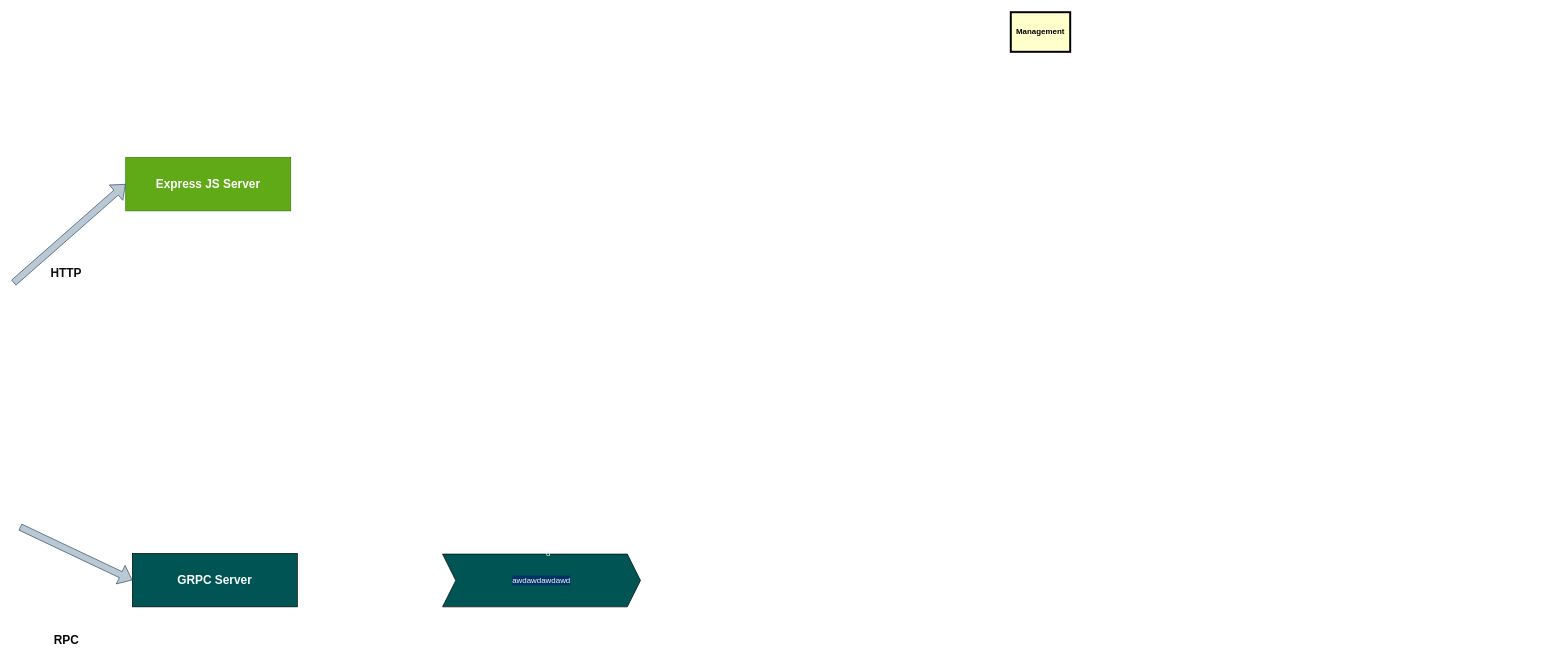
Above: Untitled Diagram.drawio in TigranAdoyan/data-provider (draw.io), before the change. Source tidied: cells renumbered, new cells numbered last; positions are measured from the earlier drawing's top-left corner, leaving out a move shared by most shapes. Both pictures are drawn from the tidied source at 66%, with x=0, y=0 at pixel (13, 12).
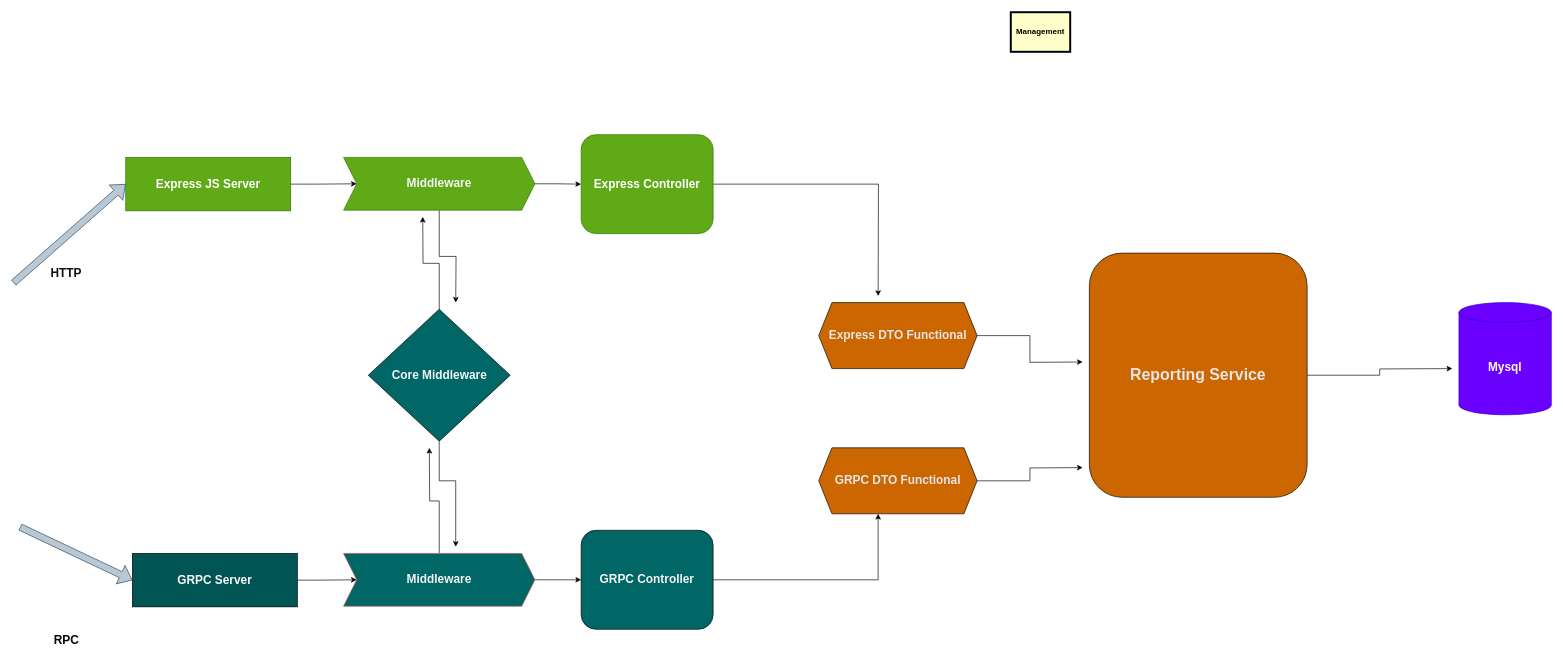
The same page after the edit.

Unchanged cells that the change refers to:
```xml
<mxCell id="3" value="&lt;h2 style=&quot;line-height: 0.8;&quot;&gt;Express JS Server&lt;/h2&gt;" style="rounded=0;whiteSpace=wrap;html=1;fillColor=#60a917;fontColor=#ffffff;strokeColor=#2D7600;" parent="1" vertex="1">
  <mxGeometry x="170" y="220" width="250" height="81" as="geometry" />
</mxCell>
<mxCell id="4" value="&lt;h2&gt;&lt;font color=&quot;#FAFAFA&quot;&gt;GRPC Server&lt;br&gt;&lt;/font&gt;&lt;/h2&gt;" style="rounded=0;whiteSpace=wrap;html=1;fillColor=#005454;" parent="1" vertex="1">
  <mxGeometry x="180" y="820" width="250" height="81" as="geometry" />
</mxCell>
```

Diff of the diagram source:
```diff
@@
+    <mxCell id="11" style="edgeStyle=orthogonalEdgeStyle;rounded=0;jettySize=auto;html=1;fontColor=#F5F5F5;" parent="1" edge="1" source="3" target="18">
+      <mxGeometry relative="1" as="geometry" />
+    </mxCell>
@@
+    <mxCell id="12" style="edgeStyle=orthogonalEdgeStyle;rounded=0;jettySize=auto;html=1;fontColor=#F5F5F5;" parent="1" edge="1" source="4" target="15">
+      <mxGeometry relative="1" as="geometry" />
+    </mxCell>
@@
-    <mxCell id="9" value="awdawdawdawd" style="shape=step;perimeter=stepPerimeter;whiteSpace=wrap;html=1;fixedSize=1;labelBackgroundColor=#003366;fontColor=#F7F7F7;fillColor=#005454;" parent="1" vertex="1">
-      <mxGeometry x="650" y="821" width="300" height="80" as="geometry" />
-    </mxCell>
-    <mxCell id="10" value="d" style="text;html=1;align=center;verticalAlign=middle;fillColor=none;strokeColor=none;rounded=0;labelBackgroundColor=none;fontColor=#F7F7F7;" parent="1" vertex="1">
-      <mxGeometry x="795" y="805" width="30" height="30" as="geometry" />
-    </mxCell>
+    <mxCell id="13" style="edgeStyle=orthogonalEdgeStyle;rounded=0;jettySize=auto;html=1;fontColor=#F5F5F5;" parent="1" edge="1" source="15">
+      <mxGeometry relative="1" as="geometry">
+        <mxPoint x="630" y="660" as="targetPoint" />
+      </mxGeometry>
+    </mxCell>
+    <mxCell id="14" style="edgeStyle=orthogonalEdgeStyle;rounded=0;jettySize=auto;html=1;entryX=0;entryY=0.5;entryDx=0;entryDy=0;fontColor=#171717;" parent="1" edge="1" source="15" target="23">
+      <mxGeometry relative="1" as="geometry" />
+    </mxCell>
+    <mxCell id="15" value="&lt;h2&gt;&lt;font color=&quot;#F5F5F5&quot;&gt;Middleware&lt;/font&gt;&lt;/h2&gt;" style="shape=step;perimeter=stepPerimeter;whiteSpace=wrap;html=1;fixedSize=1;labelBackgroundColor=none;fillColor=#006666;strokeColor=#b85450;" parent="1" vertex="1">
+      <mxGeometry x="500" y="820" width="290" height="80" as="geometry" />
+    </mxCell>
+    <mxCell id="16" style="edgeStyle=orthogonalEdgeStyle;rounded=0;jettySize=auto;html=1;fontColor=#F5F5F5;" parent="1" edge="1" source="18">
+      <mxGeometry relative="1" as="geometry">
+        <mxPoint x="670" y="440" as="targetPoint" />
+      </mxGeometry>
+    </mxCell>
+    <mxCell id="17" style="edgeStyle=orthogonalEdgeStyle;rounded=0;jettySize=auto;html=1;entryX=0;entryY=0.5;entryDx=0;entryDy=0;fontColor=#171717;" parent="1" edge="1" source="18" target="25">
+      <mxGeometry relative="1" as="geometry" />
+    </mxCell>
+    <mxCell id="18" value="&lt;h2&gt;&lt;font color=&quot;#F5F5F5&quot;&gt;Middleware&lt;/font&gt;&lt;/h2&gt;" style="shape=step;perimeter=stepPerimeter;whiteSpace=wrap;html=1;fixedSize=1;labelBackgroundColor=none;fillColor=#60a917;strokeColor=#2D7600;fontColor=#ffffff;" parent="1" vertex="1">
+      <mxGeometry x="500" y="220" width="290" height="80" as="geometry" />
+    </mxCell>
+    <mxCell id="19" style="edgeStyle=orthogonalEdgeStyle;rounded=0;jettySize=auto;html=1;fontColor=#F5F5F5;" parent="1" edge="1" source="21">
+      <mxGeometry relative="1" as="geometry">
+        <mxPoint x="670" y="810" as="targetPoint" />
+        <Array as="points">
+          <mxPoint x="645" y="710" />
+          <mxPoint x="670" y="710" />
+          <mxPoint x="670" y="800" />
+        </Array>
+      </mxGeometry>
+    </mxCell>
+    <mxCell id="20" style="edgeStyle=orthogonalEdgeStyle;rounded=0;jettySize=auto;html=1;fontColor=#F5F5F5;" parent="1" edge="1" source="21">
+      <mxGeometry relative="1" as="geometry">
+        <mxPoint x="620" y="310" as="targetPoint" />
+      </mxGeometry>
+    </mxCell>
+    <mxCell id="21" value="&lt;h2&gt;Core Middleware&lt;br&gt;&lt;/h2&gt;" style="rhombus;whiteSpace=wrap;html=1;labelBackgroundColor=none;fontColor=#F5F5F5;fillColor=#006666;" parent="1" vertex="1">
+      <mxGeometry x="537.5" y="450" width="215" height="200" as="geometry" />
+    </mxCell>
+    <mxCell id="22" style="edgeStyle=orthogonalEdgeStyle;rounded=0;jettySize=auto;html=1;entryX=0.375;entryY=1;entryDx=0;entryDy=0;fontColor=#E6E6E6;" parent="1" edge="1" source="23" target="30">
+      <mxGeometry relative="1" as="geometry" />
+    </mxCell>
+    <mxCell id="23" value="&lt;h2&gt;GRPC Controller&lt;br&gt;&lt;/h2&gt;" style="rounded=1;whiteSpace=wrap;html=1;labelBackgroundColor=none;fontColor=#F5F5F5;fillColor=#006666;" parent="1" vertex="1">
+      <mxGeometry x="860" y="785" width="200" height="150" as="geometry" />
+    </mxCell>
+    <mxCell id="24" style="edgeStyle=orthogonalEdgeStyle;rounded=0;jettySize=auto;html=1;fontColor=#E6E6E6;" parent="1" edge="1" source="25">
+      <mxGeometry relative="1" as="geometry">
+        <mxPoint x="1310" y="430" as="targetPoint" />
+      </mxGeometry>
+    </mxCell>
+    <mxCell id="25" value="&lt;h2&gt;Express Controller&lt;br&gt;&lt;/h2&gt;" style="rounded=1;whiteSpace=wrap;html=1;labelBackgroundColor=none;fontColor=#ffffff;fillColor=#60a917;strokeColor=#2D7600;" parent="1" vertex="1">
+      <mxGeometry x="860" y="185.5" width="200" height="150" as="geometry" />
+    </mxCell>
+    <mxCell id="26" value="&lt;h2&gt;Mysql&lt;br&gt;&lt;/h2&gt;" style="shape=cylinder3;whiteSpace=wrap;html=1;boundedLbl=1;backgroundOutline=1;size=15;labelBackgroundColor=none;fontColor=#ffffff;fillColor=#6a00ff;strokeColor=#3700CC;" parent="1" vertex="1">
+      <mxGeometry x="2190" y="440" width="140" height="170" as="geometry" />
+    </mxCell>
+    <mxCell id="27" style="edgeStyle=orthogonalEdgeStyle;rounded=0;jettySize=auto;html=1;fontColor=#171717;" parent="1" edge="1" source="28">
+      <mxGeometry relative="1" as="geometry">
+        <mxPoint x="2180" y="540" as="targetPoint" />
+      </mxGeometry>
+    </mxCell>
+    <mxCell id="28" value="&lt;h1&gt;&lt;font color=&quot;#E6E6E6&quot;&gt;Reporting Service&lt;/font&gt;&lt;br&gt;&lt;/h1&gt;" style="rounded=1;whiteSpace=wrap;html=1;labelBackgroundColor=none;fontColor=#171717;fillColor=#CC6600;" parent="1" vertex="1">
+      <mxGeometry x="1630" y="365" width="330" height="370" as="geometry" />
+    </mxCell>
+    <mxCell id="29" style="edgeStyle=orthogonalEdgeStyle;rounded=0;jettySize=auto;html=1;fontColor=#E6E6E6;" parent="1" edge="1" source="30">
+      <mxGeometry relative="1" as="geometry">
+        <mxPoint x="1620" y="690" as="targetPoint" />
+      </mxGeometry>
+    </mxCell>
+    <mxCell id="30" value="&lt;h2&gt;GRPC DTO Functional&lt;br&gt;&lt;/h2&gt;" style="shape=hexagon;perimeter=hexagonPerimeter2;whiteSpace=wrap;html=1;fixedSize=1;labelBackgroundColor=none;fontColor=#E6E6E6;fillColor=#CC6600;" parent="1" vertex="1">
+      <mxGeometry x="1220" y="660" width="240" height="100" as="geometry" />
+    </mxCell>
+    <mxCell id="31" style="edgeStyle=orthogonalEdgeStyle;rounded=0;jettySize=auto;html=1;fontColor=#E6E6E6;" parent="1" edge="1" source="32">
+      <mxGeometry relative="1" as="geometry">
+        <mxPoint x="1620" y="530" as="targetPoint" />
+      </mxGeometry>
+    </mxCell>
+    <mxCell id="32" value="&lt;h2&gt;Express DTO Functional&lt;br&gt;&lt;/h2&gt;" style="shape=hexagon;perimeter=hexagonPerimeter2;whiteSpace=wrap;html=1;fixedSize=1;labelBackgroundColor=none;fontColor=#E6E6E6;fillColor=#CC6600;" parent="1" vertex="1">
+      <mxGeometry x="1220" y="440" width="240" height="100" as="geometry" />
+    </mxCell>
```
